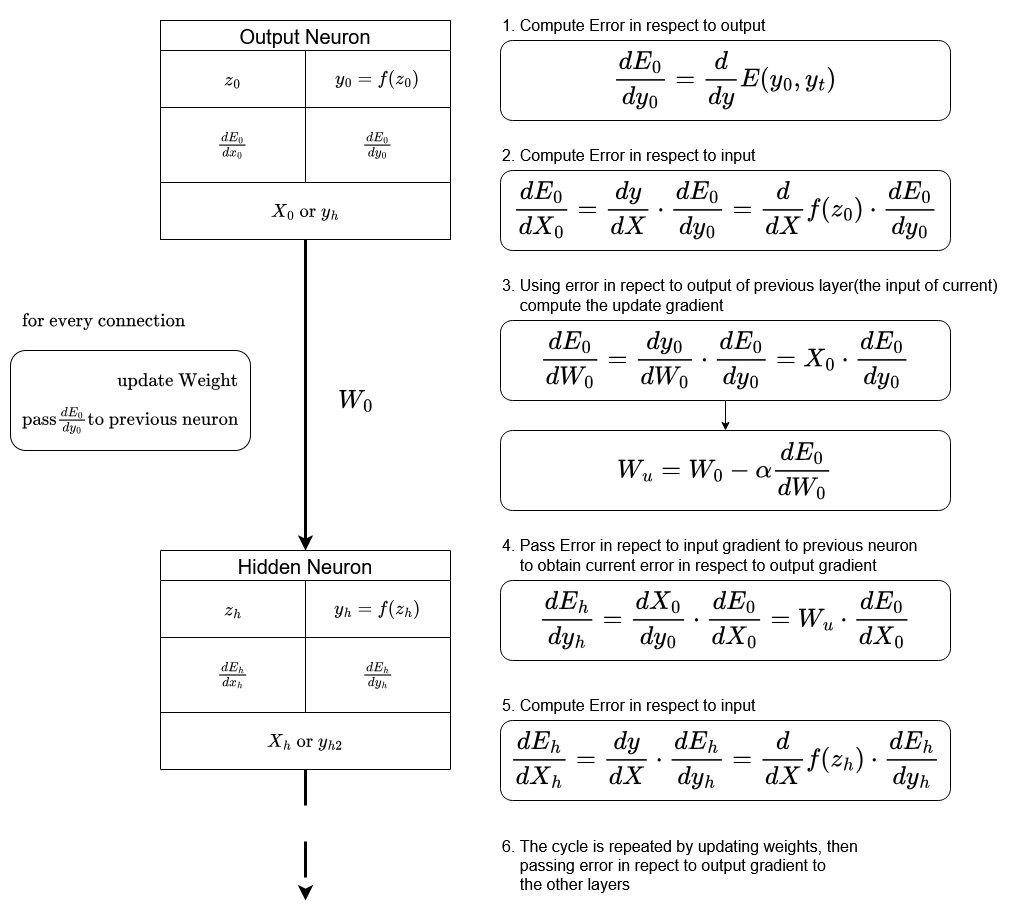
Earlier version of the draw.io export DL From Scratch/img/backpropagation.png (Siruenyian/Notebooks-practice). Source tidied: cells renumbered, new cells last; positions are measured from the earlier drawing's top-left corner, leaving out a move shared by most shapes.
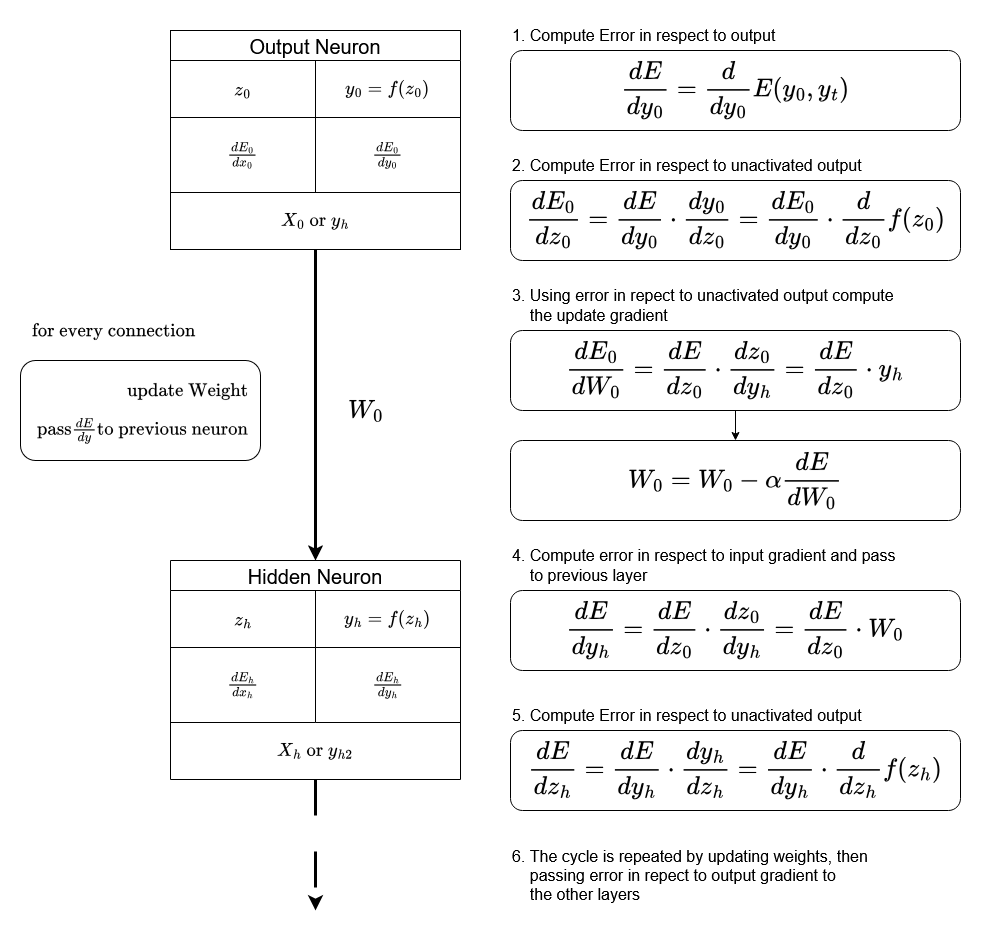
Above is the later version.

Commit message:
fix: backrpopagation formula error

The edit, as a diff of the source:
```diff
@@ -38,19 +38,19 @@
     <mxCell id="13" value="\[ X_0 \text{ or } y_h&lt;br&gt;\]" style="shape=partialRectangle;html=1;whiteSpace=wrap;strokeColor=inherit;overflow=hidden;fillColor=none;top=0;left=0;bottom=0;right=0;fontSize=16;rowspan=1;colspan=2;" parent="12" vertex="1">
       <mxGeometry width="290" height="57" as="geometry" />
     </mxCell>
-    <mxCell id="14" value="&lt;font style=&quot;font-size: 22px;&quot;&gt;\[ \frac{dE_0}{dy_0}= \frac{d}{dy} E(y_0, y_t)\]&lt;/font&gt;" style="rounded=1;whiteSpace=wrap;html=1;" parent="1" vertex="1">
+    <mxCell id="14" value="&lt;font style=&quot;font-size: 22px;&quot;&gt;\[ \frac{dE}{dy_0}= \frac{d}{dy_0} E(y_0, y_t)\]&lt;/font&gt;" style="rounded=1;whiteSpace=wrap;html=1;" parent="1" vertex="1">
       <mxGeometry x="490" y="30" width="450" height="80" as="geometry" />
     </mxCell>
-    <mxCell id="15" value="&lt;font style=&quot;font-size: 22px;&quot;&gt;\[ \frac{dE_0}{dX_0}= \frac{dy}{dX} \cdot \frac{dE_0}{dy_0} = \frac{d}{dX} f(z_0)&amp;nbsp; \cdot&amp;nbsp; \frac{dE_0}{dy_0} &lt;br&gt;\]&lt;/font&gt;" style="rounded=1;whiteSpace=wrap;html=1;" parent="1" vertex="1">
+    <mxCell id="15" value="&lt;font style=&quot;font-size: 22px;&quot;&gt;\[ \frac{dE_0}{dz_0}=&amp;nbsp; &amp;nbsp;\frac{dE}{dy_0} \cdot \frac{dy_0}{dz_0}=&amp;nbsp; \frac{dE_0}{dy_0}&amp;nbsp; \cdot&amp;nbsp; \frac{d}{dz_0} f(z_0)&amp;nbsp; \]&lt;/font&gt;" style="rounded=1;whiteSpace=wrap;html=1;" parent="1" vertex="1">
       <mxGeometry x="490" y="160" width="450" height="80" as="geometry" />
     </mxCell>
-    <mxCell id="16" value="&lt;font style=&quot;font-size: 22px;&quot;&gt;\[&amp;nbsp; W_u=W_0-\alpha\frac{dE_0}{dW_0} &lt;br&gt;\]&lt;/font&gt;" style="rounded=1;whiteSpace=wrap;html=1;strokeColor=light-dark(#000000,#66B2FF);" parent="1" vertex="1">
+    <mxCell id="16" value="&lt;font style=&quot;font-size: 22px;&quot;&gt;\[&amp;nbsp; W_0=W_0-\alpha\frac{dE}{dW_0} &lt;br&gt;\]&lt;/font&gt;" style="rounded=1;whiteSpace=wrap;html=1;strokeColor=light-dark(#000000,#66B2FF);" parent="1" vertex="1">
       <mxGeometry x="490" y="420" width="450" height="80" as="geometry" />
     </mxCell>
     <mxCell id="17" style="edgeStyle=orthogonalEdgeStyle;rounded=0;jettySize=auto;html=1;" parent="1" edge="1" source="18" target="16">
       <mxGeometry relative="1" as="geometry" />
     </mxCell>
-    <mxCell id="18" value="&lt;font style=&quot;font-size: 22px;&quot;&gt;\[&amp;nbsp; \frac{dE_0}{dW_0} = \frac{dy_0}{dW_0}\cdot \frac{dE_0}{dy_0} = X_0 \cdot \frac{dE_0}{dy_0}&lt;br&gt;\]&lt;/font&gt;" style="rounded=1;whiteSpace=wrap;html=1;" parent="1" vertex="1">
+    <mxCell id="18" value="&lt;font style=&quot;font-size: 22px;&quot;&gt;\[&amp;nbsp; \frac{dE_0}{dW_0} = \frac{dE}{dz_0}\cdot \frac{dz_0}{dy_h} = \frac{dE}{dz_0}&amp;nbsp;\cdot&amp;nbsp;y_h&amp;nbsp;\]&lt;/font&gt;" style="rounded=1;whiteSpace=wrap;html=1;" parent="1" vertex="1">
       <mxGeometry x="490" y="310" width="450" height="80" as="geometry" />
     </mxCell>
     <mxCell id="19" style="edgeStyle=orthogonalEdgeStyle;rounded=0;jettySize=auto;html=1;dashed=1;dashPattern=12 12;strokeWidth=3;" parent="1" edge="1" source="20">
@@ -85,31 +85,31 @@
     <mxCell id="28" value="\[ X_h \text{ or } y_{h2}&lt;br&gt;\]" style="shape=partialRectangle;html=1;whiteSpace=wrap;strokeColor=inherit;overflow=hidden;fillColor=none;top=0;left=0;bottom=0;right=0;fontSize=16;rowspan=1;colspan=2;" parent="27" vertex="1">
       <mxGeometry width="290" height="57" as="geometry" />
     </mxCell>
-    <mxCell id="29" value="&lt;font style=&quot;font-size: 22px;&quot;&gt;\[ \frac{dE_h}{dy_h}=\frac{dX_0}{dy_0} \cdot \frac{dE_0}{dX_0}=W_u \cdot \frac{dE_0}{dX_0}\]&lt;/font&gt;" style="rounded=1;whiteSpace=wrap;html=1;align=center;strokeColor=light-dark(#000000,#99FF99);" parent="1" vertex="1">
+    <mxCell id="29" value="&lt;font style=&quot;font-size: 22px;&quot;&gt;\[ \frac{dE}{dy_h}=\frac{dE}{dz_0} \cdot \frac{dz_0}{dy_h}=\frac{dE}{dz_0} \cdot W_0 \]&lt;/font&gt;" style="rounded=1;whiteSpace=wrap;html=1;align=center;strokeColor=light-dark(#000000,#99FF99);" parent="1" vertex="1">
       <mxGeometry x="490" y="570" width="450" height="80" as="geometry" />
     </mxCell>
-    <mxCell id="30" value="&lt;font style=&quot;font-size: 22px;&quot;&gt;\[ \frac{dE_h}{dX_h}= \frac{dy}{dX}&lt;br&gt; \cdot \frac{dE_h}{dy_h} = \frac{d}{dX} f(z_h)&amp;nbsp; \cdot&amp;nbsp;&lt;br&gt; \frac{dE_h}{dy_h} &lt;br&gt;\]&lt;/font&gt;" style="rounded=1;whiteSpace=wrap;html=1;" parent="1" vertex="1">
+    <mxCell id="30" value="&lt;font style=&quot;font-size: 22px;&quot;&gt;\[ \frac{dE}{dz_h}= \frac{dE}{dy_h} \cdot \frac{dy_h}{dz_h} = \frac{dE}{dy_h}&amp;nbsp; &amp;nbsp;\cdot&amp;nbsp; \frac{d}{dz_h} f(z_h) \]&lt;/font&gt;" style="rounded=1;whiteSpace=wrap;html=1;" parent="1" vertex="1">
       <mxGeometry x="490" y="710" width="450" height="80" as="geometry" />
     </mxCell>
     <mxCell id="31" value="&lt;font style=&quot;font-size: 16px;&quot;&gt;1. Compute Error in respect to output&lt;/font&gt;" style="text;html=1;align=left;verticalAlign=middle;strokeColor=none;fillColor=none;" parent="1" vertex="1">
       <mxGeometry x="490" width="260" height="30" as="geometry" />
     </mxCell>
-    <mxCell id="32" value="&lt;font style=&quot;font-size: 16px;&quot;&gt;2. Compute Error in respect to input&lt;/font&gt;" style="text;html=1;align=left;verticalAlign=middle;strokeColor=none;fillColor=none;" parent="1" vertex="1">
-      <mxGeometry x="490" y="130" width="260" height="30" as="geometry" />
+    <mxCell id="32" value="&lt;font style=&quot;font-size: 16px;&quot;&gt;2. Compute Error in respect to unactivated output&lt;/font&gt;" style="text;html=1;align=left;verticalAlign=middle;strokeColor=none;fillColor=none;" parent="1" vertex="1">
+      <mxGeometry x="490" y="130" width="370" height="30" as="geometry" />
     </mxCell>
-    <mxCell id="33" value="&lt;div&gt;&lt;font style=&quot;font-size: 16px;&quot;&gt;3. Using error in repect to output of previous layer(the input of current)&lt;/font&gt;&lt;/div&gt;&lt;div&gt;&lt;font style=&quot;font-size: 16px;&quot;&gt;&amp;nbsp;&amp;nbsp;&amp;nbsp; compute the update gradient&lt;/font&gt;&lt;/div&gt;" style="text;html=1;align=left;verticalAlign=middle;strokeColor=none;fillColor=none;" parent="1" vertex="1">
-      <mxGeometry x="490" y="260" width="480" height="50" as="geometry" />
+    <mxCell id="33" value="&lt;div&gt;&lt;font style=&quot;font-size: 16px;&quot;&gt;3. Using error in repect to unactivated output compute&amp;nbsp;&lt;/font&gt;&lt;/div&gt;&lt;div&gt;&lt;font style=&quot;font-size: 16px;&quot;&gt;&amp;nbsp; &amp;nbsp; the update gradient&lt;/font&gt;&lt;/div&gt;" style="text;html=1;align=left;verticalAlign=middle;strokeColor=none;fillColor=none;" parent="1" vertex="1">
+      <mxGeometry x="490" y="260" width="410" height="50" as="geometry" />
     </mxCell>
-    <mxCell id="34" value="&lt;div&gt;&lt;font style=&quot;font-size: 16px;&quot;&gt;4. Pass Error in repect to input gradient to previous neuron&lt;/font&gt;&lt;/div&gt;&lt;div&gt;&lt;font style=&quot;font-size: 16px;&quot;&gt;&amp;nbsp;&amp;nbsp;&amp;nbsp; to obtain current error in respect to output gradient&lt;/font&gt;&lt;/div&gt;" style="text;html=1;align=left;verticalAlign=middle;strokeColor=none;fillColor=none;" parent="1" vertex="1">
-      <mxGeometry x="490" y="520" width="400" height="50" as="geometry" />
+    <mxCell id="34" value="&lt;div&gt;&lt;font style=&quot;font-size: 16px;&quot;&gt;4. Compute error in respect to input gradient and pass&amp;nbsp;&lt;/font&gt;&lt;/div&gt;&lt;div&gt;&lt;font style=&quot;font-size: 16px;&quot;&gt;&amp;nbsp; &amp;nbsp; to previous layer&lt;/font&gt;&lt;/div&gt;" style="text;html=1;align=left;verticalAlign=middle;strokeColor=none;fillColor=none;" parent="1" vertex="1">
+      <mxGeometry x="490" y="520" width="410" height="50" as="geometry" />
     </mxCell>
     <mxCell id="35" value="&lt;div&gt;&lt;font style=&quot;font-size: 16px;&quot;&gt;6. The cycle is repeated by updating weights, then&lt;/font&gt;&lt;/div&gt;&lt;div&gt;&lt;font style=&quot;font-size: 16px;&quot;&gt;&amp;nbsp; &amp;nbsp; passing error in repect to output gradient to&amp;nbsp;&lt;/font&gt;&lt;/div&gt;&lt;div&gt;&lt;font style=&quot;font-size: 16px;&quot;&gt;&amp;nbsp;&amp;nbsp;&amp;nbsp; the other layers&lt;/font&gt;&lt;/div&gt;" style="text;html=1;align=left;verticalAlign=middle;strokeColor=none;fillColor=none;" parent="1" vertex="1">
       <mxGeometry x="490" y="820" width="380" height="70" as="geometry" />
     </mxCell>
-    <mxCell id="36" value="&lt;div&gt;&lt;font style=&quot;font-size: 16px;&quot;&gt;5. &lt;/font&gt;&lt;font style=&quot;font-size: 16px;&quot;&gt;Compute Error in respect to input&lt;/font&gt;&lt;/div&gt;" style="text;html=1;align=left;verticalAlign=middle;strokeColor=none;fillColor=none;" parent="1" vertex="1">
-      <mxGeometry x="490" y="680" width="260" height="30" as="geometry" />
+    <mxCell id="36" value="&lt;div&gt;&lt;font style=&quot;font-size: 16px;&quot;&gt;5. &lt;/font&gt;&lt;font style=&quot;font-size: 16px;&quot;&gt;Compute Error in respect to unactivated output&lt;/font&gt;&lt;/div&gt;" style="text;html=1;align=left;verticalAlign=middle;strokeColor=none;fillColor=none;" parent="1" vertex="1">
+      <mxGeometry x="490" y="680" width="370" height="30" as="geometry" />
     </mxCell>
-    <mxCell id="37" value="&lt;font style=&quot;font-size: 16px;&quot;&gt;\( \text{pass} \frac{dE_0}{dy_0}\text{to previous neuron}\)&lt;/font&gt;" style="text;whiteSpace=wrap;html=1;align=right;fontColor=light-dark(#000000,#99FF99);verticalAlign=middle;" parent="1" vertex="1">
+    <mxCell id="37" value="&lt;font style=&quot;font-size: 16px;&quot;&gt;\( \text{pass} \frac{dE}{dy}\text{to previous neuron}\)&lt;/font&gt;" style="text;whiteSpace=wrap;html=1;align=right;fontColor=light-dark(#000000,#99FF99);verticalAlign=middle;" parent="1" vertex="1">
       <mxGeometry x="40" y="390" width="190" height="40" as="geometry" />
     </mxCell>
     <mxCell id="38" value="&lt;font style=&quot;font-size: 22px;&quot;&gt;\[&amp;nbsp; W_0\]&lt;/font&gt;" style="text;html=1;align=center;verticalAlign=middle;strokeColor=none;fillColor=none;" parent="1" vertex="1">
```
